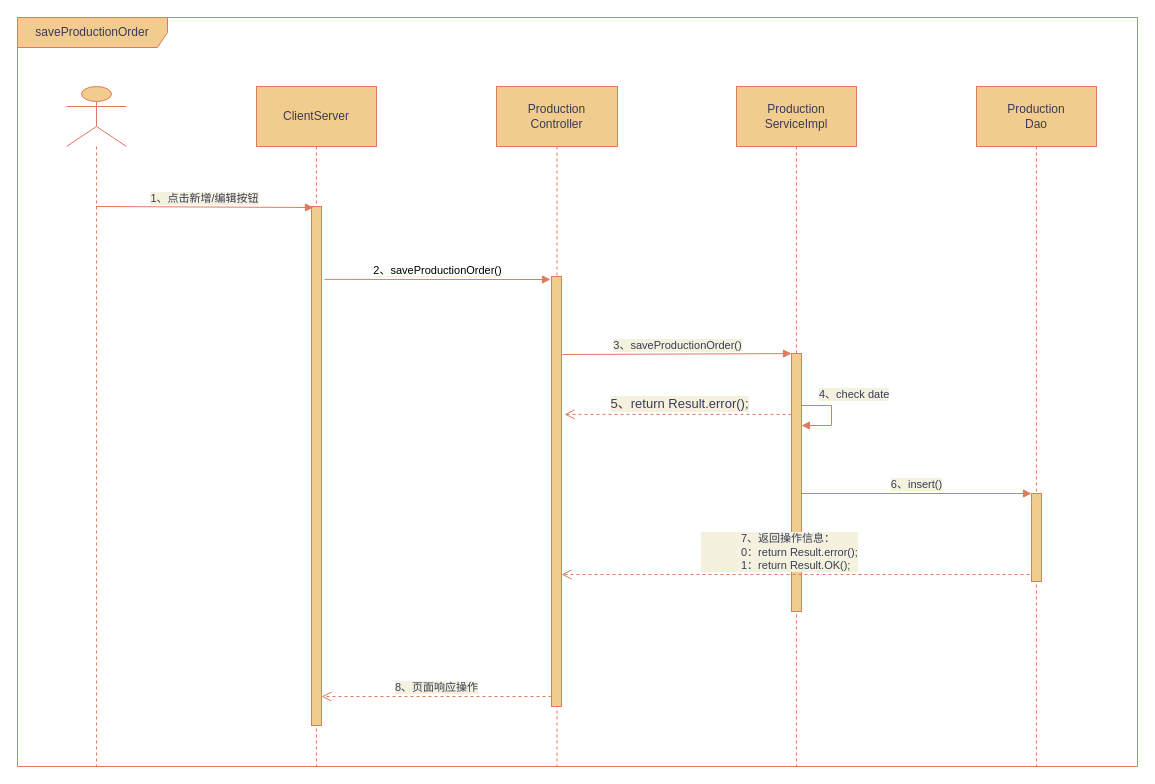
Before: page "新增制令单" (1 of 4) of 时序图.drawio in KNAI-I/test, a draw.io diagram. Source tidied: cells renumbered, new cells numbered last; positions are measured from the earlier drawing's top-left corner, leaving out a move shared by most shapes. Both pictures are drawn from the tidied source at 100%, with x=0, y=0 at pixel (17, 17).
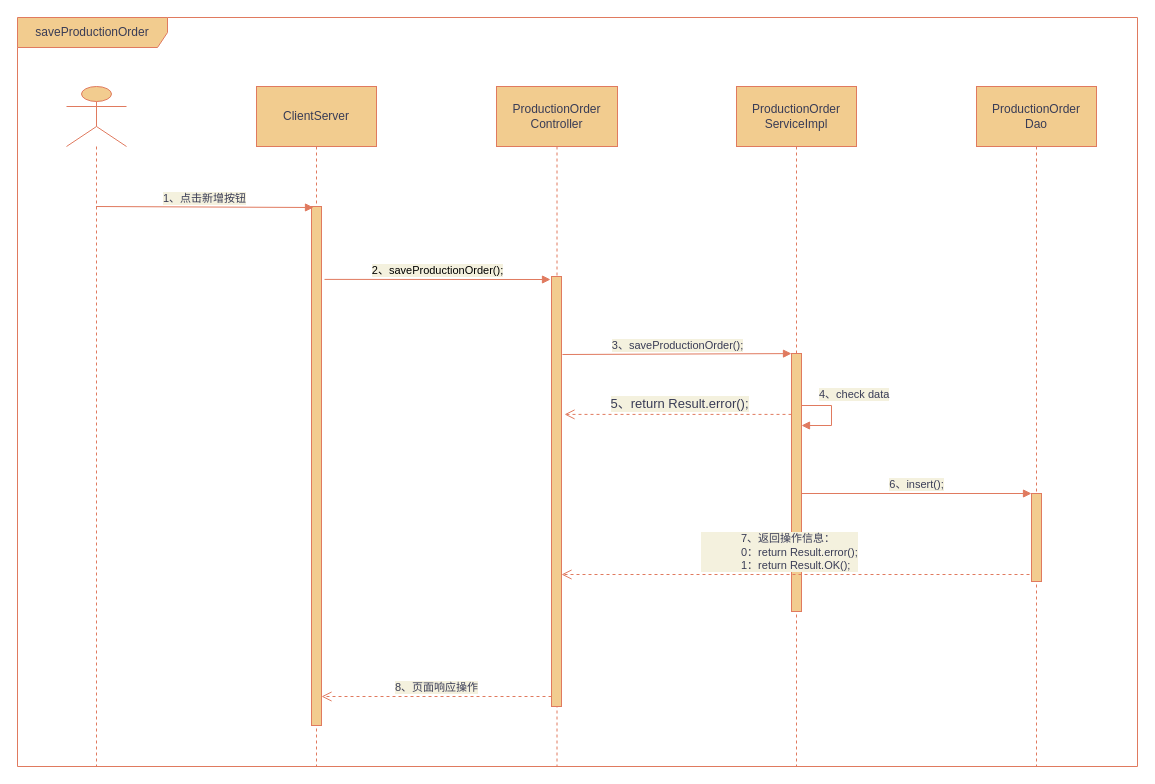
The same page after the edit.

The change refers to these unchanged cells:
```xml
<mxCell id="7" style="html=1;points=[];perimeter=orthogonalPerimeter;fillColor=#F2CC8F;strokeColor=#E07A5F;fontColor=#393C56;" parent="6" vertex="1">
  <mxGeometry x="55" y="267" width="10" height="258" as="geometry" />
</mxCell>
<mxCell id="16" style="html=1;points=[];perimeter=orthogonalPerimeter;fillColor=#F2CC8F;strokeColor=#E07A5F;fontColor=#393C56;" parent="15" vertex="1">
  <mxGeometry x="55" y="407" width="10" height="88" as="geometry" />
</mxCell>
```

Change to the diagram source:
```diff
@@
-    <mxCell id="6" value="Production&lt;br&gt;ServiceImpl" style="shape=umlLifeline;perimeter=lifelinePerimeter;whiteSpace=wrap;html=1;size=60;fillColor=#F2CC8F;strokeColor=#E07A5F;fontColor=#393C56;" parent="1" vertex="1">
+    <mxCell id="6" value="ProductionOrder&lt;br&gt;ServiceImpl" style="shape=umlLifeline;perimeter=lifelinePerimeter;whiteSpace=wrap;html=1;size=60;fillColor=#F2CC8F;strokeColor=#E07A5F;fontColor=#393C56;" parent="1" vertex="1">
       <mxGeometry x="719" y="69" width="120" height="680" as="geometry" />
     </mxCell>
@@
-    <mxCell id="8" value="4、check date" style="edgeStyle=orthogonalEdgeStyle;html=1;align=left;spacingLeft=2;endArrow=block;rounded=0;entryX=1;entryY=0.111;entryDx=0;entryDy=0;entryPerimeter=0;labelBackgroundColor=#F4F1DE;strokeColor=#E07A5F;fontColor=#393C56;" parent="6" edge="1">
+    <mxCell id="8" value="4、check data" style="edgeStyle=orthogonalEdgeStyle;html=1;align=left;spacingLeft=2;endArrow=block;rounded=0;entryX=1;entryY=0.111;entryDx=0;entryDy=0;entryPerimeter=0;labelBackgroundColor=#F4F1DE;strokeColor=#E07A5F;fontColor=#393C56;" parent="6" edge="1">
       <mxGeometry x="-0.62" y="11" relative="1" as="geometry">
         <mxPoint x="65" y="320" as="sourcePoint" />
         <mxPoint x="65" y="339" as="targetPoint" />
         <Array as="points">
           <mxPoint x="65" y="319" />
           <mxPoint x="95" y="319" />
           <mxPoint x="95" y="339" />
         </Array>
       </mxGeometry>
     </mxCell>
-    <mxCell id="9" value="Production&lt;br&gt;Controller" style="shape=umlLifeline;perimeter=lifelinePerimeter;whiteSpace=wrap;html=1;size=60;fillColor=#F2CC8F;strokeColor=#E07A5F;fontColor=#393C56;" parent="1" vertex="1">
+    <mxCell id="9" value="ProductionOrder&lt;br&gt;Controller" style="shape=umlLifeline;perimeter=lifelinePerimeter;whiteSpace=wrap;html=1;size=60;fillColor=#F2CC8F;strokeColor=#E07A5F;fontColor=#393C56;" parent="1" vertex="1">
       <mxGeometry x="479" y="69" width="121" height="680" as="geometry" />
     </mxCell>
@@
-    <mxCell id="11" value="1、点击新增/编辑按钮" style="html=1;verticalAlign=bottom;endArrow=block;rounded=0;entryX=0.2;entryY=0.002;entryDx=0;entryDy=0;entryPerimeter=0;labelBackgroundColor=#F4F1DE;strokeColor=#E07A5F;fontColor=#393C56;" parent="1" edge="1">
+    <mxCell id="11" value="1、点击新增按钮" style="html=1;verticalAlign=bottom;endArrow=block;rounded=0;entryX=0.2;entryY=0.002;entryDx=0;entryDy=0;entryPerimeter=0;labelBackgroundColor=#F4F1DE;strokeColor=#E07A5F;fontColor=#393C56;" parent="1" edge="1">
       <mxGeometry relative="1" as="geometry">
         <mxPoint x="78.5" y="189" as="sourcePoint" />
         <mxPoint x="296" y="190" as="targetPoint" />
       </mxGeometry>
     </mxCell>
-    <mxCell id="12" value="&lt;span style=&quot;color: rgb(0, 0, 0); font-family: Helvetica; font-size: 11px; font-style: normal; font-variant-ligatures: normal; font-variant-caps: normal; font-weight: 400; letter-spacing: normal; orphans: 2; text-align: left; text-indent: 0px; text-transform: none; widows: 2; word-spacing: 0px; -webkit-text-stroke-width: 0px; background-color: rgb(255, 255, 255); text-decoration-thickness: initial; text-decoration-style: initial; text-decoration-color: initial; float: none; display: inline !important;&quot;&gt;2、saveProductionOrder()&lt;/span&gt;" style="html=1;verticalAlign=bottom;endArrow=block;entryX=0;entryY=0;rounded=0;exitX=1.4;exitY=0.154;exitDx=0;exitDy=0;exitPerimeter=0;labelBackgroundColor=#F4F1DE;strokeColor=#E07A5F;fontColor=#393C56;" parent="1" edge="1">
+    <mxCell id="12" value="&lt;span style=&quot;color: rgb(0, 0, 0); font-family: Helvetica; font-size: 11px; font-style: normal; font-variant-ligatures: normal; font-variant-caps: normal; font-weight: 400; letter-spacing: normal; orphans: 2; text-align: left; text-indent: 0px; text-transform: none; widows: 2; word-spacing: 0px; -webkit-text-stroke-width: 0px; text-decoration-thickness: initial; text-decoration-style: initial; text-decoration-color: initial; float: none; display: inline !important; background-color: rgb(244, 241, 222);&quot;&gt;2、saveProductionOrder();&lt;/span&gt;" style="html=1;verticalAlign=bottom;endArrow=block;entryX=0;entryY=0;rounded=0;exitX=1.4;exitY=0.154;exitDx=0;exitDy=0;exitPerimeter=0;labelBackgroundColor=#F4F1DE;strokeColor=#E07A5F;fontColor=#393C56;" parent="1" edge="1">
       <mxGeometry relative="1" as="geometry">
         <mxPoint x="307" y="261.9" as="sourcePoint" />
         <mxPoint x="533" y="262" as="targetPoint" />
       </mxGeometry>
     </mxCell>
@@
-    <mxCell id="14" value="3、saveProductionOrder()" style="html=1;verticalAlign=bottom;endArrow=block;rounded=0;entryX=0;entryY=0.013;entryDx=0;entryDy=0;entryPerimeter=0;exitX=1.1;exitY=0.293;exitDx=0;exitDy=0;exitPerimeter=0;labelBackgroundColor=#F4F1DE;strokeColor=#E07A5F;fontColor=#393C56;" parent="1" edge="1">
+    <mxCell id="14" value="3、saveProductionOrder();" style="html=1;verticalAlign=bottom;endArrow=block;rounded=0;entryX=0;entryY=0.013;entryDx=0;entryDy=0;entryPerimeter=0;exitX=1.1;exitY=0.293;exitDx=0;exitDy=0;exitPerimeter=0;labelBackgroundColor=#F4F1DE;strokeColor=#E07A5F;fontColor=#393C56;" parent="1" edge="1">
       <mxGeometry relative="1" as="geometry">
         <mxPoint x="545" y="337" as="sourcePoint" />
         <mxPoint x="774" y="336.1" as="targetPoint" />
       </mxGeometry>
     </mxCell>
-    <mxCell id="15" value="Production&lt;br&gt;Dao" style="shape=umlLifeline;perimeter=lifelinePerimeter;whiteSpace=wrap;html=1;size=60;fillColor=#F2CC8F;strokeColor=#E07A5F;fontColor=#393C56;" parent="1" vertex="1">
+    <mxCell id="15" value="ProductionOrder&lt;br&gt;Dao" style="shape=umlLifeline;perimeter=lifelinePerimeter;whiteSpace=wrap;html=1;size=60;fillColor=#F2CC8F;strokeColor=#E07A5F;fontColor=#393C56;" parent="1" vertex="1">
       <mxGeometry x="959" y="69" width="120" height="680" as="geometry" />
     </mxCell>
@@
-    <mxCell id="17" value="6、insert()" style="html=1;verticalAlign=bottom;endArrow=block;rounded=0;entryX=0;entryY=0;entryDx=0;entryDy=0;entryPerimeter=0;labelBackgroundColor=#F4F1DE;strokeColor=#E07A5F;fontColor=#393C56;" parent="1" edge="1" source="7" target="16">
+    <mxCell id="17" value="6、insert();" style="html=1;verticalAlign=bottom;endArrow=block;rounded=0;entryX=0;entryY=0;entryDx=0;entryDy=0;entryPerimeter=0;labelBackgroundColor=#F4F1DE;strokeColor=#E07A5F;fontColor=#393C56;" parent="1" edge="1" source="7" target="16">
       <mxGeometry relative="1" as="geometry" />
     </mxCell>
```
